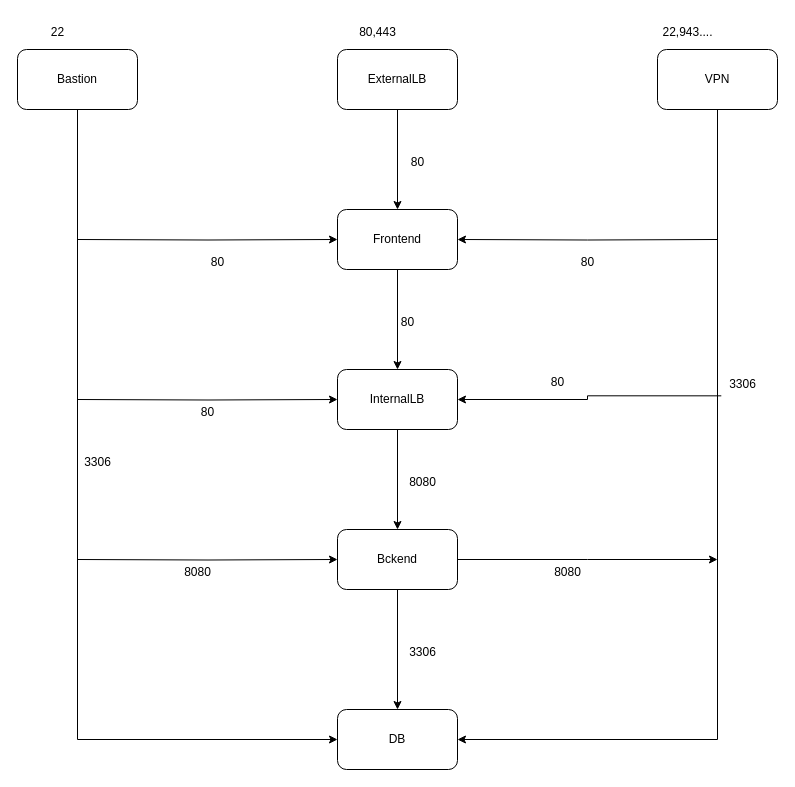
This is sg-rules.drawio from ullagallu123/expense-infra, a draw.io file, before an edit. Source tidied: cells renumbered, new cells numbered last; positions are measured from the earlier drawing's top-left corner, leaving out a move shared by most shapes. Both pictures are drawn from the tidied source at 100%, with x=0, y=0 at pixel (17, 17).
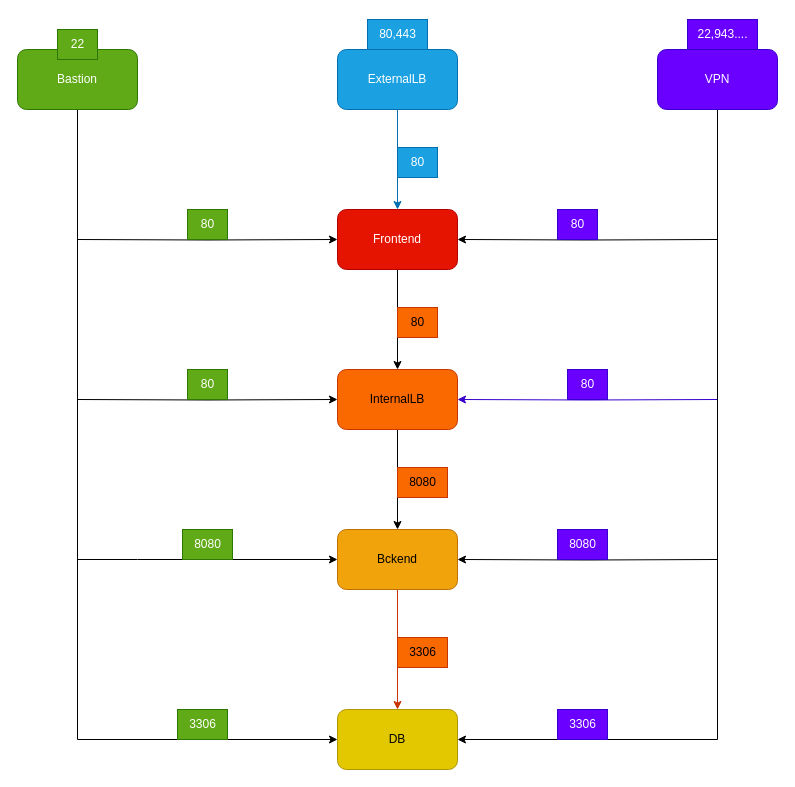
Above is the later version.

The edit, as a diff of the source:
```diff
@@
-    <mxCell id="2" value="DB" style="rounded=1;whiteSpace=wrap;html=1;" parent="1" vertex="1">
+    <mxCell id="2" value="DB" style="rounded=1;whiteSpace=wrap;html=1;fillColor=#e3c800;fontColor=#000000;strokeColor=#B09500;" parent="1" vertex="1">
       <mxGeometry x="320" y="692" width="120" height="60" as="geometry" />
     </mxCell>
-    <mxCell id="3" style="edgeStyle=orthogonalEdgeStyle;rounded=0;jettySize=auto;html=1;exitX=0.5;exitY=1;exitDx=0;exitDy=0;entryX=0.5;entryY=0;entryDx=0;entryDy=0;" parent="1" edge="1" source="6" target="2">
+    <mxCell id="3" style="edgeStyle=orthogonalEdgeStyle;rounded=0;jettySize=auto;html=1;exitX=0.5;exitY=1;exitDx=0;exitDy=0;entryX=0.5;entryY=0;entryDx=0;entryDy=0;flowAnimation=1;fillColor=#fa6800;strokeColor=#C73500;" parent="1" edge="1" source="6" target="2">
       <mxGeometry relative="1" as="geometry" />
     </mxCell>
-    <mxCell id="4" style="edgeStyle=orthogonalEdgeStyle;rounded=0;jettySize=auto;html=1;" parent="1" edge="1" target="6">
+    <mxCell id="4" style="edgeStyle=orthogonalEdgeStyle;rounded=0;jettySize=auto;html=1;strokeColor=light-dark(#000000,#66FFB3);flowAnimation=1;" parent="1" edge="1" target="6">
       <mxGeometry relative="1" as="geometry">
         <mxPoint x="60" y="542" as="sourcePoint" />
+        <Array as="points">
+          <mxPoint x="120" y="542" />
+          <mxPoint x="120" y="542" />
+        </Array>
       </mxGeometry>
     </mxCell>
-    <mxCell id="5" style="edgeStyle=orthogonalEdgeStyle;rounded=0;jettySize=auto;html=1;" parent="1" edge="1" source="6">
+    <mxCell id="5" style="edgeStyle=orthogonalEdgeStyle;rounded=0;jettySize=auto;html=1;strokeColor=light-dark(#000000,#FF99CC);flowAnimation=1;" parent="1" edge="1" target="6">
       <mxGeometry relative="1" as="geometry">
-        <mxPoint x="700" y="542" as="targetPoint" />
+        <mxPoint x="700" y="542" as="sourcePoint" />
       </mxGeometry>
     </mxCell>
-    <mxCell id="6" value="Bckend" style="rounded=1;whiteSpace=wrap;html=1;" parent="1" vertex="1">
+    <mxCell id="6" value="Bckend" style="rounded=1;whiteSpace=wrap;html=1;fillColor=#f0a30a;fontColor=#000000;strokeColor=#BD7000;" parent="1" vertex="1">
       <mxGeometry x="320" y="512" width="120" height="60" as="geometry" />
     </mxCell>
-    <mxCell id="7" style="edgeStyle=orthogonalEdgeStyle;rounded=0;jettySize=auto;html=1;" parent="1" edge="1" target="9">
+    <mxCell id="7" style="edgeStyle=orthogonalEdgeStyle;rounded=0;jettySize=auto;html=1;strokeColor=light-dark(#000000,#66FFB3);flowAnimation=1;" parent="1" edge="1" target="9">
       <mxGeometry relative="1" as="geometry">
         <mxPoint x="60" y="382" as="sourcePoint" />
       </mxGeometry>
     </mxCell>
-    <mxCell id="8" style="edgeStyle=orthogonalEdgeStyle;rounded=0;jettySize=auto;html=1;entryX=0.5;entryY=0;entryDx=0;entryDy=0;" parent="1" edge="1" source="9" target="6">
+    <mxCell id="8" style="edgeStyle=orthogonalEdgeStyle;rounded=0;jettySize=auto;html=1;entryX=0.5;entryY=0;entryDx=0;entryDy=0;flowAnimation=1;" parent="1" edge="1" source="9" target="6">
       <mxGeometry relative="1" as="geometry" />
     </mxCell>
+    <mxCell id="36" style="edgeStyle=orthogonalEdgeStyle;rounded=0;jettySize=auto;html=1;fillColor=#6a00ff;strokeColor=#3700CC;flowAnimation=1;" parent="1" edge="1" target="9">
+      <mxGeometry relative="1" as="geometry">
+        <mxPoint x="700" y="382" as="sourcePoint" />
+      </mxGeometry>
+    </mxCell>
-    <mxCell id="9" value="InternalLB" style="rounded=1;whiteSpace=wrap;html=1;" parent="1" vertex="1">
+    <mxCell id="9" value="InternalLB" style="rounded=1;whiteSpace=wrap;html=1;fillColor=#fa6800;fontColor=#000000;strokeColor=#C73500;" parent="1" vertex="1">
       <mxGeometry x="320" y="352" width="120" height="60" as="geometry" />
     </mxCell>
-    <mxCell id="10" style="edgeStyle=orthogonalEdgeStyle;rounded=0;jettySize=auto;html=1;" parent="1" edge="1" target="13">
+    <mxCell id="10" style="edgeStyle=orthogonalEdgeStyle;rounded=0;jettySize=auto;html=1;strokeColor=light-dark(#000000,#66FFB3);flowAnimation=1;" parent="1" edge="1" target="13">
       <mxGeometry relative="1" as="geometry">
         <mxPoint x="60" y="222" as="sourcePoint" />
       </mxGeometry>
     </mxCell>
-    <mxCell id="11" style="edgeStyle=orthogonalEdgeStyle;rounded=0;jettySize=auto;html=1;" parent="1" edge="1" target="13">
+    <mxCell id="11" style="edgeStyle=orthogonalEdgeStyle;rounded=0;jettySize=auto;html=1;strokeColor=light-dark(#000000,#FF99CC);flowAnimation=1;" parent="1" edge="1" target="13">
       <mxGeometry relative="1" as="geometry">
         <mxPoint x="700" y="222" as="sourcePoint" />
       </mxGeometry>
     </mxCell>
-    <mxCell id="12" style="edgeStyle=orthogonalEdgeStyle;rounded=0;jettySize=auto;html=1;entryX=0.5;entryY=0;entryDx=0;entryDy=0;" parent="1" edge="1" source="13" target="9">
+    <mxCell id="12" style="edgeStyle=orthogonalEdgeStyle;rounded=0;jettySize=auto;html=1;entryX=0.5;entryY=0;entryDx=0;entryDy=0;flowAnimation=1;" parent="1" edge="1" source="13" target="9">
       <mxGeometry relative="1" as="geometry" />
     </mxCell>
-    <mxCell id="13" value="Frontend" style="rounded=1;whiteSpace=wrap;html=1;" parent="1" vertex="1">
+    <mxCell id="13" value="Frontend" style="rounded=1;whiteSpace=wrap;html=1;fillColor=#e51400;fontColor=#ffffff;strokeColor=#B20000;" parent="1" vertex="1">
       <mxGeometry x="320" y="192" width="120" height="60" as="geometry" />
     </mxCell>
-    <mxCell id="14" style="edgeStyle=orthogonalEdgeStyle;rounded=0;jettySize=auto;html=1;entryX=0.5;entryY=0;entryDx=0;entryDy=0;" parent="1" edge="1" source="15" target="13">
+    <mxCell id="14" style="edgeStyle=orthogonalEdgeStyle;rounded=0;jettySize=auto;html=1;entryX=0.5;entryY=0;entryDx=0;entryDy=0;fillColor=#1ba1e2;strokeColor=#006EAF;flowAnimation=1;" parent="1" edge="1" source="15" target="13">
       <mxGeometry relative="1" as="geometry" />
     </mxCell>
-    <mxCell id="15" value="ExternalLB" style="rounded=1;whiteSpace=wrap;html=1;" parent="1" vertex="1">
+    <mxCell id="15" value="ExternalLB" style="rounded=1;whiteSpace=wrap;html=1;fillColor=#1ba1e2;fontColor=#ffffff;strokeColor=#006EAF;" parent="1" vertex="1">
       <mxGeometry x="320" y="32" width="120" height="60" as="geometry" />
     </mxCell>
-    <mxCell id="16" style="edgeStyle=orthogonalEdgeStyle;rounded=0;jettySize=auto;html=1;entryX=0;entryY=0.5;entryDx=0;entryDy=0;" parent="1" edge="1" source="17" target="2">
+    <mxCell id="16" style="edgeStyle=orthogonalEdgeStyle;rounded=0;jettySize=auto;html=1;entryX=0;entryY=0.5;entryDx=0;entryDy=0;strokeColor=light-dark(#000000,#66FFB3);flowAnimation=1;" parent="1" edge="1" source="17" target="2">
       <mxGeometry relative="1" as="geometry">
         <Array as="points">
           <mxPoint x="60" y="722" />
         </Array>
       </mxGeometry>
     </mxCell>
-    <mxCell id="17" value="Bastion" style="rounded=1;whiteSpace=wrap;html=1;" parent="1" vertex="1">
+    <mxCell id="17" value="Bastion" style="rounded=1;whiteSpace=wrap;html=1;fillColor=#60a917;fontColor=#ffffff;strokeColor=#2D7600;" parent="1" vertex="1">
       <mxGeometry y="32" width="120" height="60" as="geometry" />
     </mxCell>
-    <mxCell id="18" style="edgeStyle=orthogonalEdgeStyle;rounded=0;jettySize=auto;html=1;entryX=1;entryY=0.5;entryDx=0;entryDy=0;" parent="1" edge="1" source="19" target="2">
+    <mxCell id="18" style="edgeStyle=orthogonalEdgeStyle;rounded=0;jettySize=auto;html=1;entryX=1;entryY=0.5;entryDx=0;entryDy=0;strokeColor=light-dark(#000000,#FF99FF);flowAnimation=1;" parent="1" edge="1" source="19" target="2">
       <mxGeometry relative="1" as="geometry">
         <Array as="points">
           <mxPoint x="700" y="722" />
         </Array>
       </mxGeometry>
     </mxCell>
-    <mxCell id="19" value="VPN" style="rounded=1;whiteSpace=wrap;html=1;" parent="1" vertex="1">
+    <mxCell id="19" value="VPN" style="rounded=1;whiteSpace=wrap;html=1;fillColor=#6a00ff;fontColor=#ffffff;strokeColor=#3700CC;" parent="1" vertex="1">
       <mxGeometry x="640" y="32" width="120" height="60" as="geometry" />
     </mxCell>
-    <mxCell id="20" value="3306" style="text;html=1;align=center;verticalAlign=middle;strokeColor=none;fillColor=none;" parent="1" vertex="1">
-      <mxGeometry x="55" y="430" width="50" height="30" as="geometry" />
+    <mxCell id="20" value="3306" style="text;html=1;align=center;verticalAlign=middle;strokeColor=#2D7600;fillColor=#60a917;fontColor=#ffffff;rotation=0;" parent="1" vertex="1">
+      <mxGeometry x="160" y="692" width="50" height="30" as="geometry" />
     </mxCell>
-    <mxCell id="21" value="3306" style="text;html=1;align=center;verticalAlign=middle;points=[];strokeColor=none;fillColor=none;" parent="1" vertex="1">
-      <mxGeometry x="700" y="352" width="50" height="30" as="geometry" />
+    <mxCell id="21" value="3306" style="text;html=1;align=center;verticalAlign=middle;points=[];strokeColor=#3700CC;fillColor=#6a00ff;fontColor=#ffffff;" parent="1" vertex="1">
+      <mxGeometry x="540" y="692" width="50" height="30" as="geometry" />
     </mxCell>
-    <mxCell id="22" value="3306" style="text;html=1;align=center;verticalAlign=middle;strokeColor=none;fillColor=none;" parent="1" vertex="1">
+    <mxCell id="22" value="3306" style="text;html=1;align=center;verticalAlign=middle;strokeColor=#C73500;fillColor=#fa6800;fontColor=#000000;" parent="1" vertex="1">
       <mxGeometry x="380" y="620" width="50" height="30" as="geometry" />
     </mxCell>
-    <mxCell id="23" value="8080" style="text;html=1;align=center;verticalAlign=middle;strokeColor=none;fillColor=none;" parent="1" vertex="1">
-      <mxGeometry x="155" y="540" width="50" height="30" as="geometry" />
+    <mxCell id="23" value="8080" style="text;html=1;align=center;verticalAlign=middle;strokeColor=#2D7600;fillColor=#60a917;fontColor=#ffffff;" parent="1" vertex="1">
+      <mxGeometry x="165" y="512" width="50" height="30" as="geometry" />
     </mxCell>
-    <mxCell id="24" value="8080" style="text;html=1;align=center;verticalAlign=middle;strokeColor=none;fillColor=none;" parent="1" vertex="1">
-      <mxGeometry x="525" y="540" width="50" height="30" as="geometry" />
+    <mxCell id="24" value="8080" style="text;html=1;align=center;verticalAlign=middle;strokeColor=#3700CC;fillColor=#6a00ff;fontColor=#ffffff;" parent="1" vertex="1">
+      <mxGeometry x="540" y="512" width="50" height="30" as="geometry" />
     </mxCell>
-    <mxCell id="25" value="80" style="text;html=1;align=center;verticalAlign=middle;strokeColor=none;fillColor=none;" parent="1" vertex="1">
-      <mxGeometry x="170" y="380" width="40" height="30" as="geometry" />
+    <mxCell id="25" value="80" style="text;html=1;align=center;verticalAlign=middle;strokeColor=#2D7600;fillColor=#60a917;fontColor=#ffffff;" parent="1" vertex="1">
+      <mxGeometry x="170" y="352" width="40" height="30" as="geometry" />
     </mxCell>
-    <mxCell id="26" value="8080" style="text;html=1;align=center;verticalAlign=middle;strokeColor=none;fillColor=none;" parent="1" vertex="1">
+    <mxCell id="26" value="8080" style="text;html=1;align=center;verticalAlign=middle;strokeColor=#C73500;fillColor=#fa6800;fontColor=#000000;" parent="1" vertex="1">
       <mxGeometry x="380" y="450" width="50" height="30" as="geometry" />
     </mxCell>
-    <mxCell id="27" style="edgeStyle=orthogonalEdgeStyle;rounded=0;jettySize=auto;html=1;exitX=0.076;exitY=0.878;exitDx=0;exitDy=0;exitPerimeter=0;" parent="1" edge="1" source="21" target="9">
-      <mxGeometry relative="1" as="geometry" />
-    </mxCell>
-    <mxCell id="28" value="80" style="text;html=1;align=center;verticalAlign=middle;strokeColor=none;fillColor=none;" parent="1" vertex="1">
-      <mxGeometry x="520" y="350" width="40" height="30" as="geometry" />
+    <mxCell id="28" value="80" style="text;html=1;align=center;verticalAlign=middle;strokeColor=#3700CC;fillColor=#6a00ff;fontColor=#ffffff;" parent="1" vertex="1">
+      <mxGeometry x="550" y="352" width="40" height="30" as="geometry" />
     </mxCell>
-    <mxCell id="29" value="80" style="text;html=1;align=center;verticalAlign=middle;strokeColor=none;fillColor=none;" parent="1" vertex="1">
-      <mxGeometry x="180" y="230" width="40" height="30" as="geometry" />
+    <mxCell id="29" value="80" style="text;html=1;align=center;verticalAlign=middle;strokeColor=#2D7600;fillColor=#60a917;fontColor=#ffffff;" parent="1" vertex="1">
+      <mxGeometry x="170" y="192" width="40" height="30" as="geometry" />
     </mxCell>
-    <mxCell id="30" value="80" style="text;html=1;align=center;verticalAlign=middle;strokeColor=none;fillColor=none;" parent="1" vertex="1">
-      <mxGeometry x="550" y="230" width="40" height="30" as="geometry" />
+    <mxCell id="30" value="80" style="text;html=1;align=center;verticalAlign=middle;strokeColor=#3700CC;fillColor=#6a00ff;fontColor=#ffffff;" parent="1" vertex="1">
+      <mxGeometry x="540" y="192" width="40" height="30" as="geometry" />
     </mxCell>
-    <mxCell id="31" value="80" style="text;html=1;align=center;verticalAlign=middle;strokeColor=none;fillColor=none;" parent="1" vertex="1">
-      <mxGeometry x="370" y="290" width="40" height="30" as="geometry" />
+    <mxCell id="31" value="80" style="text;html=1;align=center;verticalAlign=middle;strokeColor=#C73500;fillColor=#fa6800;fontColor=#000000;" parent="1" vertex="1">
+      <mxGeometry x="380" y="290" width="40" height="30" as="geometry" />
     </mxCell>
-    <mxCell id="32" value="80" style="text;html=1;align=center;verticalAlign=middle;strokeColor=none;fillColor=none;" parent="1" vertex="1">
+    <mxCell id="32" value="80" style="text;html=1;align=center;verticalAlign=middle;strokeColor=#006EAF;fillColor=#1ba1e2;fontColor=#ffffff;" parent="1" vertex="1">
       <mxGeometry x="380" y="130" width="40" height="30" as="geometry" />
     </mxCell>
-    <mxCell id="33" value="22" style="text;html=1;align=center;verticalAlign=middle;strokeColor=none;fillColor=none;" parent="1" vertex="1">
-      <mxGeometry x="20" width="40" height="30" as="geometry" />
+    <mxCell id="33" value="22" style="text;html=1;align=center;verticalAlign=middle;strokeColor=#2D7600;fillColor=#60a917;fontColor=#ffffff;" parent="1" vertex="1">
+      <mxGeometry x="40" y="12" width="40" height="30" as="geometry" />
     </mxCell>
-    <mxCell id="34" value="80,443" style="text;html=1;align=center;verticalAlign=middle;strokeColor=none;fillColor=none;" parent="1" vertex="1">
-      <mxGeometry x="330" width="60" height="30" as="geometry" />
+    <mxCell id="34" value="80,443" style="text;html=1;align=center;verticalAlign=middle;strokeColor=#006EAF;fillColor=#1ba1e2;fontColor=#ffffff;" parent="1" vertex="1">
+      <mxGeometry x="350" y="2" width="60" height="30" as="geometry" />
     </mxCell>
-    <mxCell id="35" value="22,943...." style="text;html=1;align=center;verticalAlign=middle;strokeColor=none;fillColor=none;" parent="1" vertex="1">
-      <mxGeometry x="635" width="70" height="30" as="geometry" />
+    <mxCell id="35" value="22,943...." style="text;html=1;align=center;verticalAlign=middle;strokeColor=#3700CC;fillColor=#6a00ff;fontColor=#ffffff;" parent="1" vertex="1">
+      <mxGeometry x="670" y="2" width="70" height="30" as="geometry" />
     </mxCell>
```
